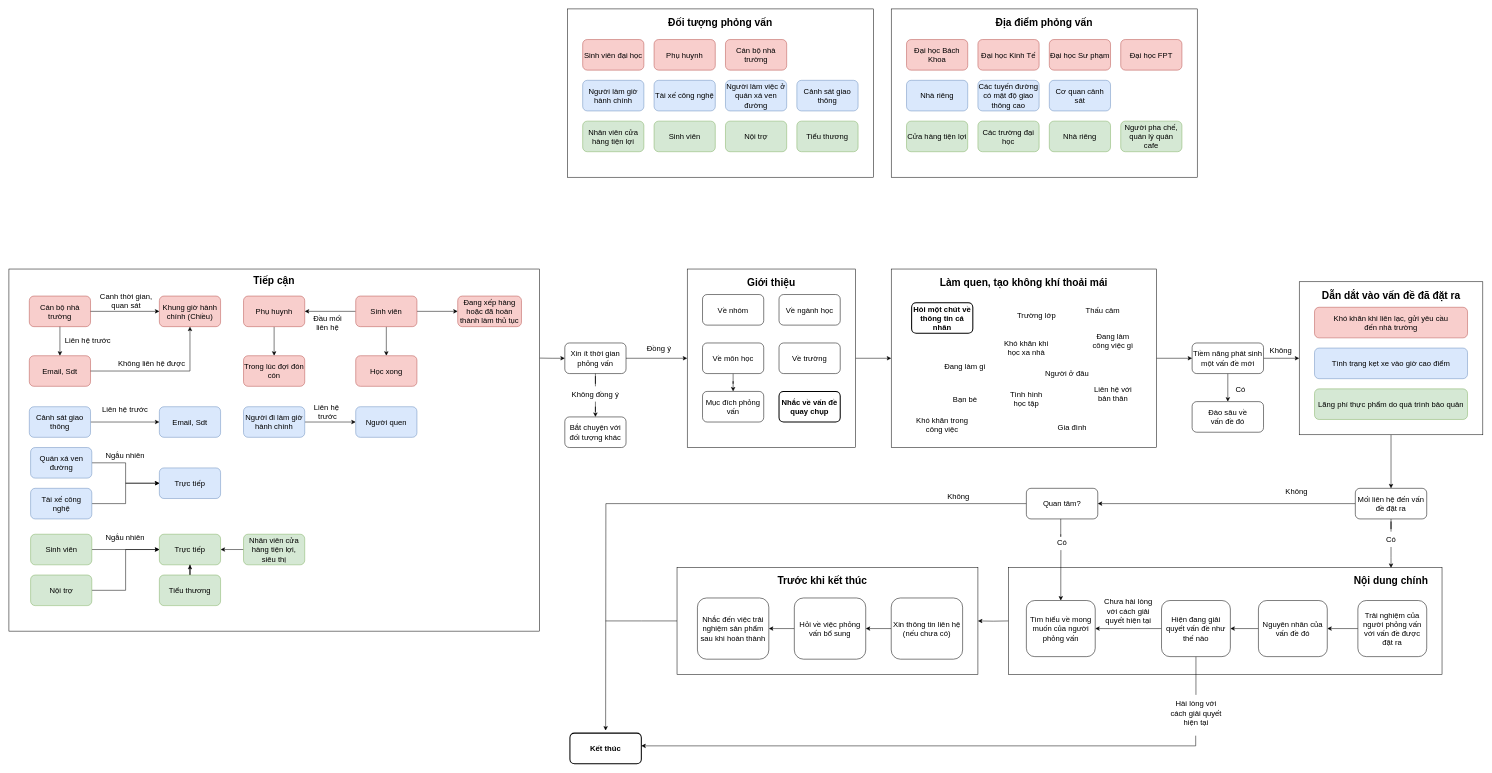
Earlier version of the draw.io diagram Untitled Diagram.drawio (lukas0173/Draw.io). Source tidied: cells renumbered, new cells numbered last; positions are measured from the earlier drawing's top-left corner, leaving out a move shared by most shapes. Both pictures are drawn from the tidied source at 51%, with x=0, y=0 at pixel (9, 9).
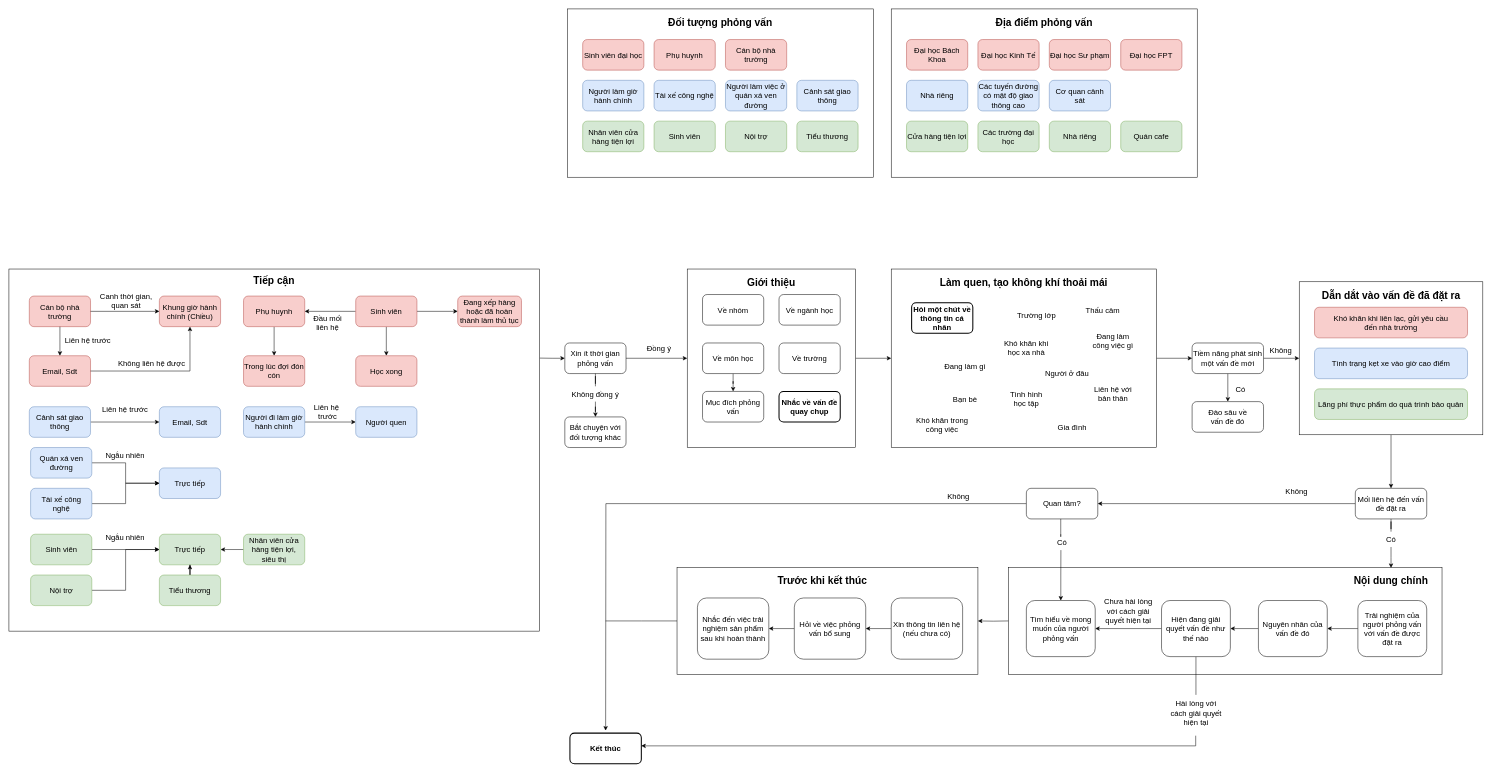
The same diagram, later.

The edit, as a diff of the source:
```diff
@@
-    <mxCell id="158" value="Người pha chế, quán lý quán cafe" style="rounded=1;whiteSpace=wrap;html=1;fillColor=#d5e8d4;strokeColor=#82b366;fontSize=15;" parent="1" vertex="1">
+    <mxCell id="158" value="Quán cafe" style="rounded=1;whiteSpace=wrap;html=1;fillColor=#d5e8d4;strokeColor=#82b366;fontSize=15;" parent="1" vertex="1">
       <mxGeometry x="2180" y="220" width="120" height="60" as="geometry" />
     </mxCell>
```
